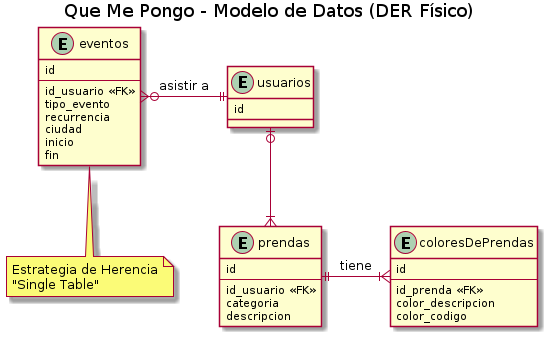
Above: parciales/segundo-parcial/img/parcial-qmp-1.png in manu-utn/bitacora-diseno-de-sistemas (PlantUML), before the change.
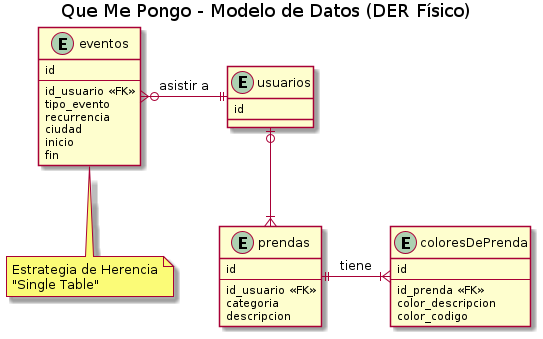
Later version of the same file.

What changed in the source:
```diff
@@ -28,7 +28,7 @@
     descripcion
 }
 
-entity coloresDePrendas{
+entity coloresDePrenda{
     id
     --
     id_prenda <<FK>>
@@ -37,9 +37,10 @@
 }
 
 
-eventos }o-right-|| usuarios : asistir a
 
-usuarios |o-down-|{ prendas
+eventos     }o-right-|| usuarios : asistir a
 
-prendas ||-right-|{ coloresDePrendas : tiene
+usuarios    |o-down-|{ prendas
+
+prendas     ||-right-|{ coloresDePrenda : tiene
 @enduml
```
